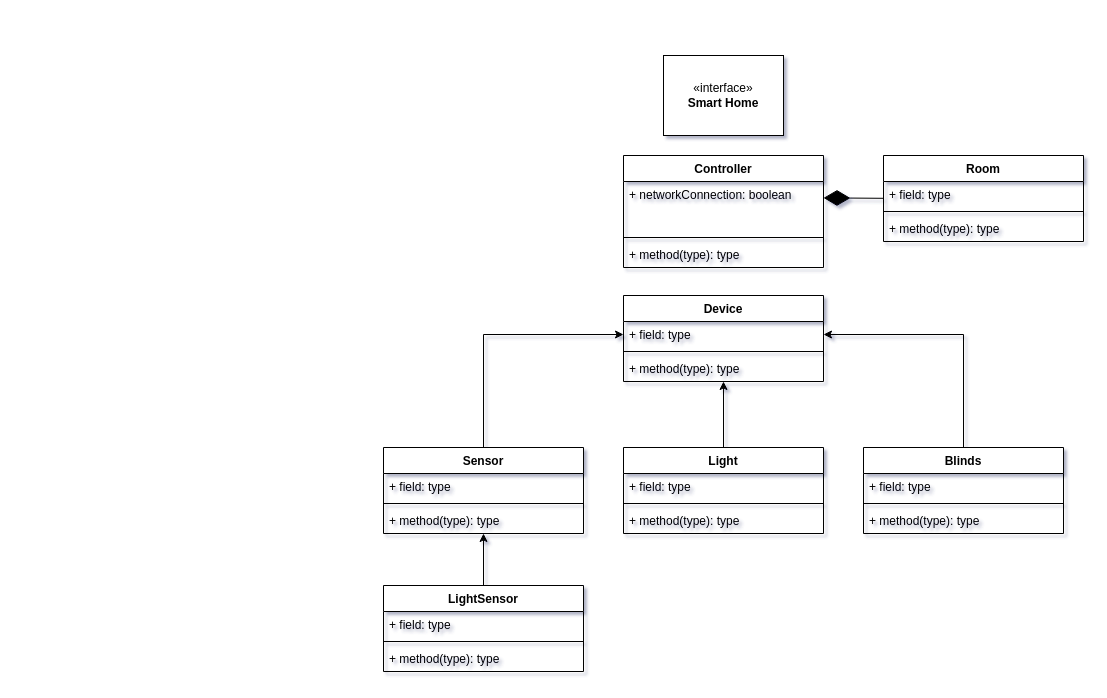
The draw.io diagram class_diagram.drawio in fabiantjuhh/fabiantjuhh, before the edit. Source tidied: cells renumbered, new cells numbered last; positions are measured from the earlier drawing's top-left corner, leaving out a move shared by most shapes. Both pictures are drawn from the tidied source at 100%, with x=0, y=0 at pixel (383, 55).
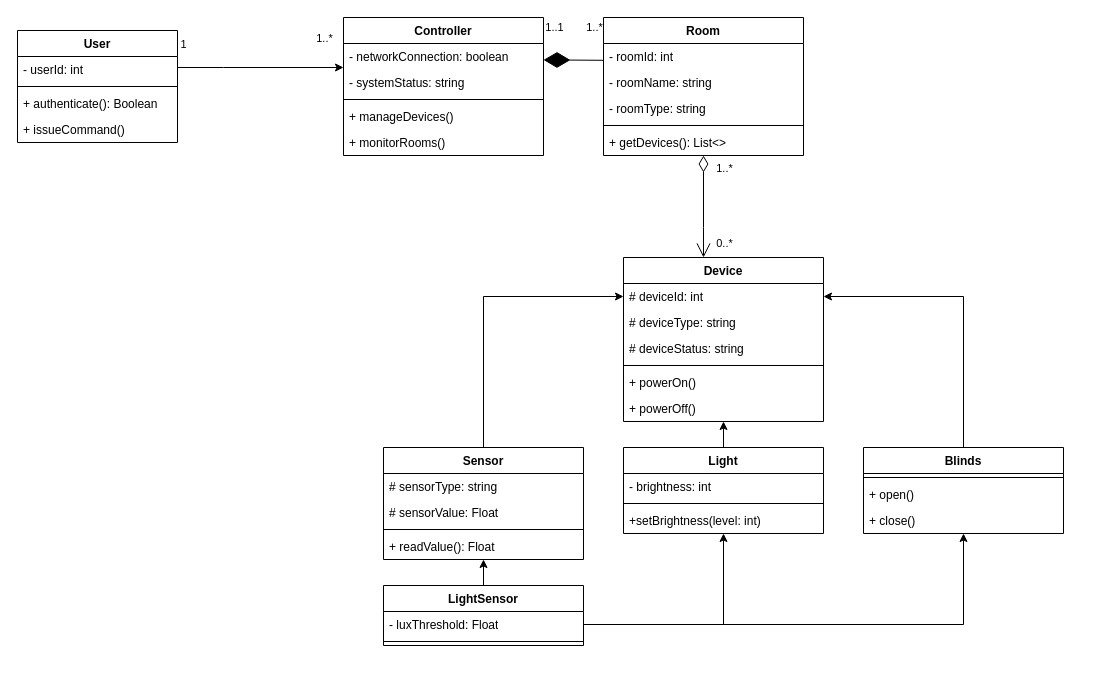
Above is the later version.

The change refers to these unchanged cells:
```xml
<mxCell id="18" value="Light" style="swimlane;fontStyle=1;align=center;verticalAlign=top;horizontal=1;startSize=26;whiteSpace=wrap;html=1;" parent="1" vertex="1">
  <mxGeometry x="240" y="392" width="200" height="86" as="geometry" />
</mxCell>
<mxCell id="23" value="Blinds" style="swimlane;fontStyle=1;align=center;verticalAlign=top;horizontal=1;startSize=26;whiteSpace=wrap;html=1;" parent="1" vertex="1">
  <mxGeometry x="480" y="392" width="200" height="86" as="geometry" />
</mxCell>
```

Change to the diagram source:
```diff
@@
-<mxGraphModel shadow="1">
+<mxGraphModel>
@@
     <mxCell id="2" value="Controller" style="swimlane;fontStyle=1;align=center;verticalAlign=top;horizontal=1;startSize=26;whiteSpace=wrap;html=1;" parent="1" vertex="1">
-      <mxGeometry x="240" y="100" width="200" height="112" as="geometry" />
+      <mxGeometry x="-40" y="-38" width="200" height="138" as="geometry" />
     </mxCell>
-    <mxCell id="3" value="+ networkConnection: boolean" style="text;strokeColor=none;fillColor=none;align=left;verticalAlign=top;spacingLeft=4;spacingRight=4;overflow=hidden;whiteSpace=wrap;html=1;" parent="2" vertex="1">
+    <mxCell id="3" value="- networkConnection: boolean" style="text;strokeColor=none;fillColor=none;align=left;verticalAlign=top;spacingLeft=4;spacingRight=4;overflow=hidden;whiteSpace=wrap;html=1;" parent="2" vertex="1">
       <mxGeometry y="26" width="200" height="26" as="geometry" />
     </mxCell>
-    <mxCell id="4" style="text;strokeColor=none;fillColor=none;align=left;verticalAlign=top;spacingLeft=4;spacingRight=4;overflow=hidden;whiteSpace=wrap;html=1;" parent="2" vertex="1">
+    <mxCell id="4" value="- systemStatus: string" style="text;strokeColor=none;fillColor=none;align=left;verticalAlign=top;spacingLeft=4;spacingRight=4;overflow=hidden;whiteSpace=wrap;html=1;" parent="2" vertex="1">
       <mxGeometry y="52" width="200" height="26" as="geometry" />
     </mxCell>
@@
-    <mxCell id="6" value="+ method(type): type" style="text;strokeColor=none;fillColor=none;align=left;verticalAlign=top;spacingLeft=4;spacingRight=4;overflow=hidden;whiteSpace=wrap;html=1;" parent="2" vertex="1">
+    <mxCell id="6" value="+ manageDevices()" style="text;strokeColor=none;fillColor=none;align=left;verticalAlign=top;spacingLeft=4;spacingRight=4;overflow=hidden;whiteSpace=wrap;html=1;" parent="2" vertex="1">
       <mxGeometry y="86" width="200" height="26" as="geometry" />
     </mxCell>
-    <mxCell id="7" value="«interface»&lt;br&gt;&lt;b&gt;Smart Home&lt;/b&gt;" style="html=1;whiteSpace=wrap;" parent="1" vertex="1">
-      <mxGeometry x="280" width="120" height="80" as="geometry" />
-    </mxCell>
+    <mxCell id="37" value="+ monitorRooms()" style="text;strokeColor=none;fillColor=none;align=left;verticalAlign=top;spacingLeft=4;spacingRight=4;overflow=hidden;whiteSpace=wrap;html=1;" parent="2" vertex="1">
+      <mxGeometry y="112" width="200" height="26" as="geometry" />
+    </mxCell>
     <mxCell id="8" value="Device" style="swimlane;fontStyle=1;align=center;verticalAlign=top;horizontal=1;startSize=26;whiteSpace=wrap;html=1;" parent="1" vertex="1">
-      <mxGeometry x="240" y="240" width="200" height="86" as="geometry" />
+      <mxGeometry x="240" y="202" width="200" height="164" as="geometry" />
     </mxCell>
-    <mxCell id="9" value="+ field: type" style="text;strokeColor=none;fillColor=none;align=left;verticalAlign=top;spacingLeft=4;spacingRight=4;overflow=hidden;points=[[0,0.5],[1,0.5]];portConstraint=eastwest;whiteSpace=wrap;html=1;" parent="8" vertex="1">
+    <mxCell id="9" value="# deviceId: int" style="text;strokeColor=none;fillColor=none;align=left;verticalAlign=top;spacingLeft=4;spacingRight=4;overflow=hidden;points=[[0,0.5],[1,0.5]];portConstraint=eastwest;whiteSpace=wrap;html=1;" parent="8" vertex="1">
       <mxGeometry y="26" width="200" height="26" as="geometry" />
     </mxCell>
+    <mxCell id="38" value="# deviceType: string" style="text;strokeColor=none;fillColor=none;align=left;verticalAlign=top;spacingLeft=4;spacingRight=4;overflow=hidden;whiteSpace=wrap;html=1;" parent="8" vertex="1">
+      <mxGeometry y="52" width="200" height="26" as="geometry" />
+    </mxCell>
+    <mxCell id="39" value="# deviceStatus: string" style="text;strokeColor=none;fillColor=none;align=left;verticalAlign=top;spacingLeft=4;spacingRight=4;overflow=hidden;whiteSpace=wrap;html=1;" parent="8" vertex="1">
+      <mxGeometry y="78" width="200" height="26" as="geometry" />
+    </mxCell>
     <mxCell id="10" style="line;strokeWidth=1;fillColor=none;align=left;verticalAlign=middle;spacingTop=-1;spacingLeft=3;spacingRight=3;labelPosition=right;strokeColor=inherit;" parent="8" vertex="1">
-      <mxGeometry y="52" width="200" height="8" as="geometry" />
+      <mxGeometry y="104" width="200" height="8" as="geometry" />
     </mxCell>
-    <mxCell id="11" value="+ method(type): type" style="text;strokeColor=none;fillColor=none;align=left;verticalAlign=top;spacingLeft=4;spacingRight=4;overflow=hidden;whiteSpace=wrap;html=1;" parent="8" vertex="1">
-      <mxGeometry y="60" width="200" height="26" as="geometry" />
+    <mxCell id="11" value="+ powerOn()" style="text;strokeColor=none;fillColor=none;align=left;verticalAlign=top;spacingLeft=4;spacingRight=4;overflow=hidden;whiteSpace=wrap;html=1;" parent="8" vertex="1">
+      <mxGeometry y="112" width="200" height="26" as="geometry" />
     </mxCell>
+    <mxCell id="40" value="+ powerOff()" style="text;strokeColor=none;fillColor=none;align=left;verticalAlign=top;spacingLeft=4;spacingRight=4;overflow=hidden;whiteSpace=wrap;html=1;" parent="8" vertex="1">
+      <mxGeometry y="138" width="200" height="26" as="geometry" />
+    </mxCell>
@@
     <mxCell id="13" value="Sensor" style="swimlane;fontStyle=1;align=center;verticalAlign=top;horizontal=1;startSize=26;whiteSpace=wrap;html=1;" parent="1" vertex="1">
-      <mxGeometry y="392" width="200" height="86" as="geometry" />
+      <mxGeometry y="392" width="200" height="112" as="geometry" />
     </mxCell>
-    <mxCell id="14" value="+ field: type" style="text;strokeColor=none;fillColor=none;align=left;verticalAlign=top;spacingLeft=4;spacingRight=4;overflow=hidden;whiteSpace=wrap;html=1;" parent="13" vertex="1">
+    <mxCell id="14" value="# sensorType: string" style="text;strokeColor=none;fillColor=none;align=left;verticalAlign=top;spacingLeft=4;spacingRight=4;overflow=hidden;whiteSpace=wrap;html=1;" parent="13" vertex="1">
       <mxGeometry y="26" width="200" height="26" as="geometry" />
     </mxCell>
+    <mxCell id="41" value="# sensorValue: Float" style="text;strokeColor=none;fillColor=none;align=left;verticalAlign=top;spacingLeft=4;spacingRight=4;overflow=hidden;whiteSpace=wrap;html=1;" parent="13" vertex="1">
+      <mxGeometry y="52" width="200" height="26" as="geometry" />
+    </mxCell>
     <mxCell id="15" style="line;strokeWidth=1;fillColor=none;align=left;verticalAlign=middle;spacingTop=-1;spacingLeft=3;spacingRight=3;labelPosition=right;strokeColor=inherit;" parent="13" vertex="1">
-      <mxGeometry y="52" width="200" height="8" as="geometry" />
+      <mxGeometry y="78" width="200" height="8" as="geometry" />
     </mxCell>
-    <mxCell id="16" value="+ method(type): type" style="text;strokeColor=none;fillColor=none;align=left;verticalAlign=top;spacingLeft=4;spacingRight=4;overflow=hidden;whiteSpace=wrap;html=1;" parent="13" vertex="1">
-      <mxGeometry y="60" width="200" height="26" as="geometry" />
+    <mxCell id="16" value="+ readValue(): Float" style="text;strokeColor=none;fillColor=none;align=left;verticalAlign=top;spacingLeft=4;spacingRight=4;overflow=hidden;whiteSpace=wrap;html=1;" parent="13" vertex="1">
+      <mxGeometry y="86" width="200" height="26" as="geometry" />
     </mxCell>
@@
-    <mxCell id="19" value="+ field: type" style="text;strokeColor=none;fillColor=none;align=left;verticalAlign=top;spacingLeft=4;spacingRight=4;overflow=hidden;whiteSpace=wrap;html=1;" parent="18" vertex="1">
+    <mxCell id="19" value="- brightness: int" style="text;strokeColor=none;fillColor=none;align=left;verticalAlign=top;spacingLeft=4;spacingRight=4;overflow=hidden;whiteSpace=wrap;html=1;" parent="18" vertex="1">
       <mxGeometry y="26" width="200" height="26" as="geometry" />
     </mxCell>
@@
-    <mxCell id="21" value="+ method(type): type" style="text;strokeColor=none;fillColor=none;align=left;verticalAlign=top;spacingLeft=4;spacingRight=4;overflow=hidden;whiteSpace=wrap;html=1;" parent="18" vertex="1">
+    <mxCell id="21" value="+setBrightness(level: int)" style="text;strokeColor=none;fillColor=none;align=left;verticalAlign=top;spacingLeft=4;spacingRight=4;overflow=hidden;whiteSpace=wrap;html=1;" parent="18" vertex="1">
       <mxGeometry y="60" width="200" height="26" as="geometry" />
     </mxCell>
@@
-    <mxCell id="24" value="+ field: type" style="text;strokeColor=none;fillColor=none;align=left;verticalAlign=top;spacingLeft=4;spacingRight=4;overflow=hidden;whiteSpace=wrap;html=1;" parent="23" vertex="1">
-      <mxGeometry y="26" width="200" height="26" as="geometry" />
-    </mxCell>
     <mxCell id="25" style="line;strokeWidth=1;fillColor=none;align=left;verticalAlign=middle;spacingTop=-1;spacingLeft=3;spacingRight=3;labelPosition=right;strokeColor=inherit;" parent="23" vertex="1">
-      <mxGeometry y="52" width="200" height="8" as="geometry" />
+      <mxGeometry y="26" width="200" height="8" as="geometry" />
     </mxCell>
-    <mxCell id="26" value="+ method(type): type" style="text;strokeColor=none;fillColor=none;align=left;verticalAlign=top;spacingLeft=4;spacingRight=4;overflow=hidden;whiteSpace=wrap;html=1;" parent="23" vertex="1">
-      <mxGeometry y="60" width="200" height="26" as="geometry" />
+    <mxCell id="26" value="+ open()" style="text;strokeColor=none;fillColor=none;align=left;verticalAlign=top;spacingLeft=4;spacingRight=4;overflow=hidden;whiteSpace=wrap;html=1;" parent="23" vertex="1">
+      <mxGeometry y="34" width="200" height="26" as="geometry" />
     </mxCell>
+    <mxCell id="42" value="+ close()" style="text;strokeColor=none;fillColor=none;align=left;verticalAlign=top;spacingLeft=4;spacingRight=4;overflow=hidden;whiteSpace=wrap;html=1;" parent="23" vertex="1">
+      <mxGeometry y="60" width="200" height="26" as="geometry" />
+    </mxCell>
@@
     <mxCell id="28" value="LightSensor" style="swimlane;fontStyle=1;align=center;verticalAlign=top;horizontal=1;startSize=26;whiteSpace=wrap;html=1;" parent="1" vertex="1">
-      <mxGeometry y="530" width="200" height="86" as="geometry" />
+      <mxGeometry y="530" width="200" height="60" as="geometry" />
     </mxCell>
-    <mxCell id="29" value="+ field: type" style="text;strokeColor=none;fillColor=none;align=left;verticalAlign=top;spacingLeft=4;spacingRight=4;overflow=hidden;points=[[0,0.5],[1,0.5]];portConstraint=eastwest;whiteSpace=wrap;html=1;" parent="28" vertex="1">
+    <mxCell id="29" value="- luxThreshold: Float" style="text;strokeColor=none;fillColor=none;align=left;verticalAlign=top;spacingLeft=4;spacingRight=4;overflow=hidden;points=[[0,0.5],[1,0.5]];portConstraint=eastwest;whiteSpace=wrap;html=1;" parent="28" vertex="1">
       <mxGeometry y="26" width="200" height="26" as="geometry" />
     </mxCell>
@@
-    <mxCell id="31" value="+ method(type): type" style="text;strokeColor=none;fillColor=none;align=left;verticalAlign=top;spacingLeft=4;spacingRight=4;overflow=hidden;whiteSpace=wrap;html=1;" parent="28" vertex="1">
-      <mxGeometry y="60" width="200" height="26" as="geometry" />
-    </mxCell>
     <mxCell id="32" value="Room" style="swimlane;fontStyle=1;align=center;verticalAlign=top;horizontal=1;startSize=26;whiteSpace=wrap;html=1;" parent="1" vertex="1">
-      <mxGeometry x="500" y="100" width="200" height="86" as="geometry" />
+      <mxGeometry x="220" y="-38" width="200" height="138" as="geometry" />
     </mxCell>
+    <mxCell id="43" value="- roomId: int" style="text;strokeColor=none;fillColor=none;align=left;verticalAlign=top;spacingLeft=4;spacingRight=4;overflow=hidden;whiteSpace=wrap;html=1;" parent="32" vertex="1">
+      <mxGeometry y="26" width="200" height="26" as="geometry" />
+    </mxCell>
-    <mxCell id="33" value="+ field: type" style="text;strokeColor=none;fillColor=none;align=left;verticalAlign=top;spacingLeft=4;spacingRight=4;overflow=hidden;whiteSpace=wrap;html=1;" parent="32" vertex="1">
-      <mxGeometry y="26" width="200" height="26" as="geometry" />
+    <mxCell id="33" value="- roomName: string" style="text;strokeColor=none;fillColor=none;align=left;verticalAlign=top;spacingLeft=4;spacingRight=4;overflow=hidden;whiteSpace=wrap;html=1;" parent="32" vertex="1">
+      <mxGeometry y="52" width="200" height="26" as="geometry" />
     </mxCell>
+    <mxCell id="44" value="- roomType: string" style="text;strokeColor=none;fillColor=none;align=left;verticalAlign=top;spacingLeft=4;spacingRight=4;overflow=hidden;whiteSpace=wrap;html=1;" parent="32" vertex="1">
+      <mxGeometry y="78" width="200" height="26" as="geometry" />
+    </mxCell>
     <mxCell id="34" style="line;strokeWidth=1;fillColor=none;align=left;verticalAlign=middle;spacingTop=-1;spacingLeft=3;spacingRight=3;labelPosition=right;strokeColor=inherit;" parent="32" vertex="1">
-      <mxGeometry y="52" width="200" height="8" as="geometry" />
+      <mxGeometry y="104" width="200" height="8" as="geometry" />
     </mxCell>
-    <mxCell id="35" value="+ method(type): type" style="text;strokeColor=none;fillColor=none;align=left;verticalAlign=top;spacingLeft=4;spacingRight=4;overflow=hidden;whiteSpace=wrap;html=1;" parent="32" vertex="1">
-      <mxGeometry y="60" width="200" height="26" as="geometry" />
+    <mxCell id="35" value="+ getDevices(): List&amp;lt;&amp;gt;" style="text;strokeColor=none;fillColor=none;align=left;verticalAlign=top;spacingLeft=4;spacingRight=4;overflow=hidden;whiteSpace=wrap;html=1;" parent="32" vertex="1">
+      <mxGeometry y="112" width="200" height="26" as="geometry" />
     </mxCell>
     <mxCell id="36" style="endArrow=diamondThin;endFill=1;endSize=24;html=1;rounded=0;entryX=1;entryY=0.75;entryDx=0;entryDy=0;" parent="1" edge="1">
       <mxGeometry relative="1" as="geometry">
-        <mxPoint x="500" y="142.8" as="sourcePoint" />
-        <mxPoint x="440" y="142.4" as="targetPoint" />
+        <mxPoint x="220" y="4.8" as="sourcePoint" />
+        <mxPoint x="160" y="4.4" as="targetPoint" />
       </mxGeometry>
     </mxCell>
+    <mxCell id="45" value="1..*" style="edgeLabel;html=1;align=center;verticalAlign=middle;" parent="36" vertex="1">
+      <mxGeometry x="0.14" relative="1" as="geometry">
+        <mxPoint x="24" y="-33" as="offset" />
+      </mxGeometry>
+    </mxCell>
+    <mxCell id="46" value="1..1" style="edgeLabel;html=1;align=center;verticalAlign=middle;" parent="36" vertex="1">
+      <mxGeometry x="0.05" y="-2" relative="1" as="geometry">
+        <mxPoint x="-18" y="-31" as="offset" />
+      </mxGeometry>
+    </mxCell>
+    <mxCell id="47" style="endArrow=open;html=1;endSize=12;startArrow=diamondThin;startSize=14;startFill=0;edgeStyle=orthogonalEdgeStyle;align=left;verticalAlign=bottom;rounded=0;" parent="1" edge="1" source="32" target="8">
+      <mxGeometry x="0.14" y="19" relative="1" as="geometry">
+        <Array as="points">
+          <mxPoint x="320" y="172" />
+          <mxPoint x="320" y="172" />
+        </Array>
+        <mxPoint x="-9" y="-16" as="offset" />
+      </mxGeometry>
+    </mxCell>
+    <mxCell id="48" value="0..*" style="edgeLabel;html=1;align=center;verticalAlign=middle;" parent="47" vertex="1">
+      <mxGeometry x="-0.27" y="2" relative="1" as="geometry">
+        <mxPoint x="18" y="50" as="offset" />
+      </mxGeometry>
+    </mxCell>
+    <mxCell id="49" value="1..*" style="edgeLabel;html=1;align=center;verticalAlign=middle;" parent="47" vertex="1">
+      <mxGeometry x="-0.56" y="1" relative="1" as="geometry">
+        <mxPoint x="19" y="-10" as="offset" />
+      </mxGeometry>
+    </mxCell>
+    <mxCell id="50" value="User" style="swimlane;fontStyle=1;align=center;verticalAlign=top;horizontal=1;startSize=26;whiteSpace=wrap;html=1;" parent="1" vertex="1">
+      <mxGeometry x="-366" y="-25" width="160" height="112" as="geometry" />
+    </mxCell>
+    <mxCell id="51" value="- userId: int" style="text;strokeColor=none;fillColor=none;align=left;verticalAlign=top;spacingLeft=4;spacingRight=4;overflow=hidden;points=[[0,0.5],[1,0.5]];portConstraint=eastwest;whiteSpace=wrap;html=1;" parent="50" vertex="1">
+      <mxGeometry y="26" width="160" height="26" as="geometry" />
+    </mxCell>
+    <mxCell id="52" style="line;strokeWidth=1;fillColor=none;align=left;verticalAlign=middle;spacingTop=-1;spacingLeft=3;spacingRight=3;labelPosition=right;strokeColor=inherit;" parent="50" vertex="1">
+      <mxGeometry y="52" width="160" height="8" as="geometry" />
+    </mxCell>
+    <mxCell id="53" value="+ authenticate(): Boolean" style="text;strokeColor=none;fillColor=none;align=left;verticalAlign=top;spacingLeft=4;spacingRight=4;overflow=hidden;whiteSpace=wrap;html=1;" parent="50" vertex="1">
+      <mxGeometry y="60" width="160" height="26" as="geometry" />
+    </mxCell>
+    <mxCell id="54" value="+ issueCommand()" style="text;strokeColor=none;fillColor=none;align=left;verticalAlign=top;spacingLeft=4;spacingRight=4;overflow=hidden;whiteSpace=wrap;html=1;" parent="50" vertex="1">
+      <mxGeometry y="86" width="160" height="26" as="geometry" />
+    </mxCell>
+    <mxCell id="55" style="edgeStyle=orthogonalEdgeStyle;rounded=0;jettySize=auto;html=1;" parent="1" edge="1" source="29" target="18">
+      <mxGeometry relative="1" as="geometry" />
+    </mxCell>
+    <mxCell id="56" style="edgeStyle=orthogonalEdgeStyle;rounded=0;jettySize=auto;html=1;" parent="1" edge="1" source="29" target="23">
+      <mxGeometry relative="1" as="geometry" />
+    </mxCell>
+    <mxCell id="57" style="edgeStyle=orthogonalEdgeStyle;rounded=0;jettySize=auto;html=1;" parent="1" edge="1" source="51" target="2">
+      <mxGeometry relative="1" as="geometry">
+        <Array as="points">
+          <mxPoint x="-160" y="12" />
+          <mxPoint x="-160" y="12" />
+        </Array>
+      </mxGeometry>
+    </mxCell>
+    <mxCell id="58" value="1" style="edgeLabel;html=1;align=center;verticalAlign=middle;" parent="57" vertex="1">
+      <mxGeometry x="0.03" y="2" relative="1" as="geometry">
+        <mxPoint x="-80" y="-22" as="offset" />
+      </mxGeometry>
+    </mxCell>
+    <mxCell id="59" value="1..*" style="edgeLabel;html=1;align=center;verticalAlign=middle;" parent="57" vertex="1">
+      <mxGeometry x="0.72" y="2" relative="1" as="geometry">
+        <mxPoint x="3" y="-28" as="offset" />
+      </mxGeometry>
+    </mxCell>
```
